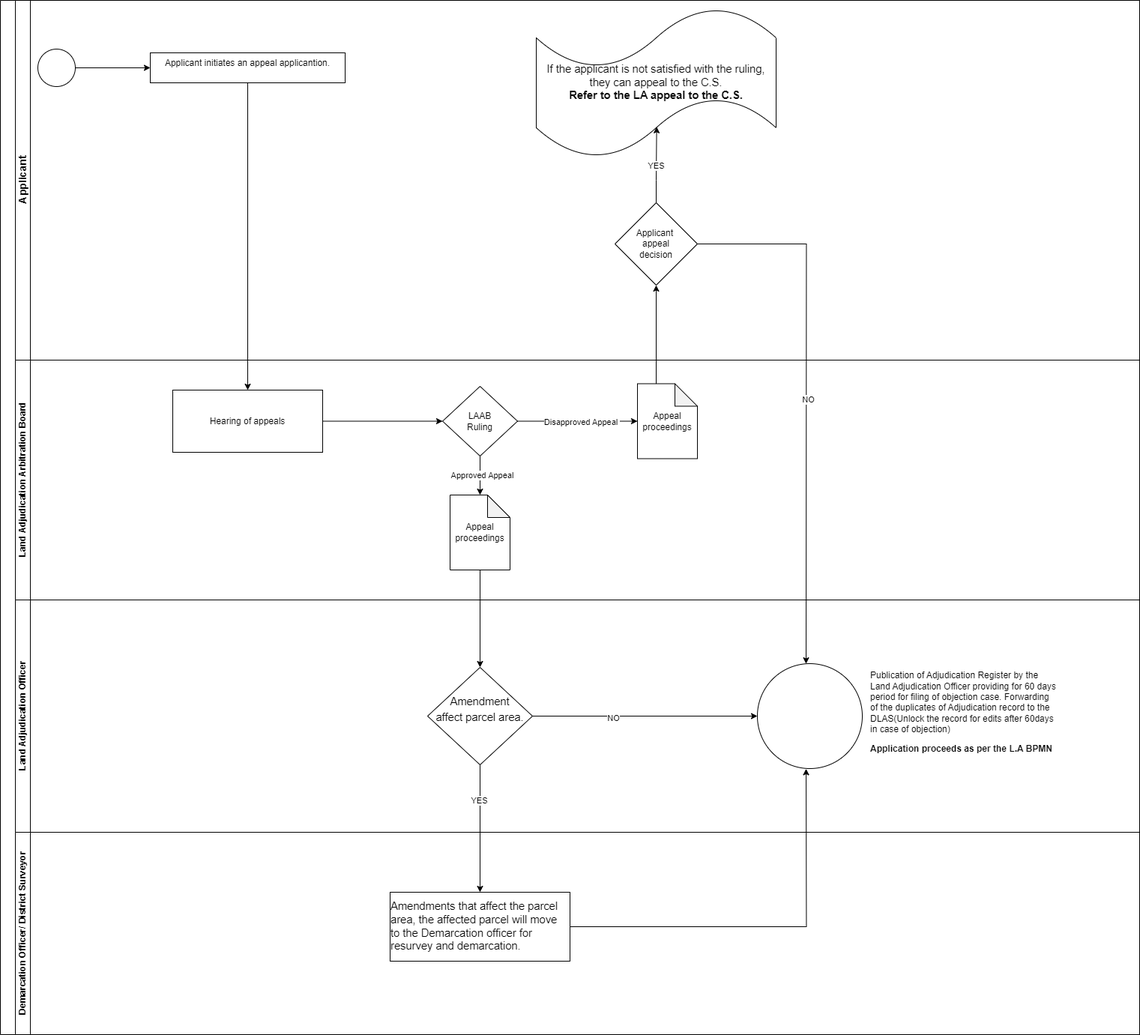
Earlier version of the draw.io export Land Adjudication Appeal to the LAAB.drawio.png (geoprojectke/BPMN). Source tidied: cells renumbered, new cells last; positions are measured from the earlier drawing's top-left corner, leaving out a move shared by most shapes.
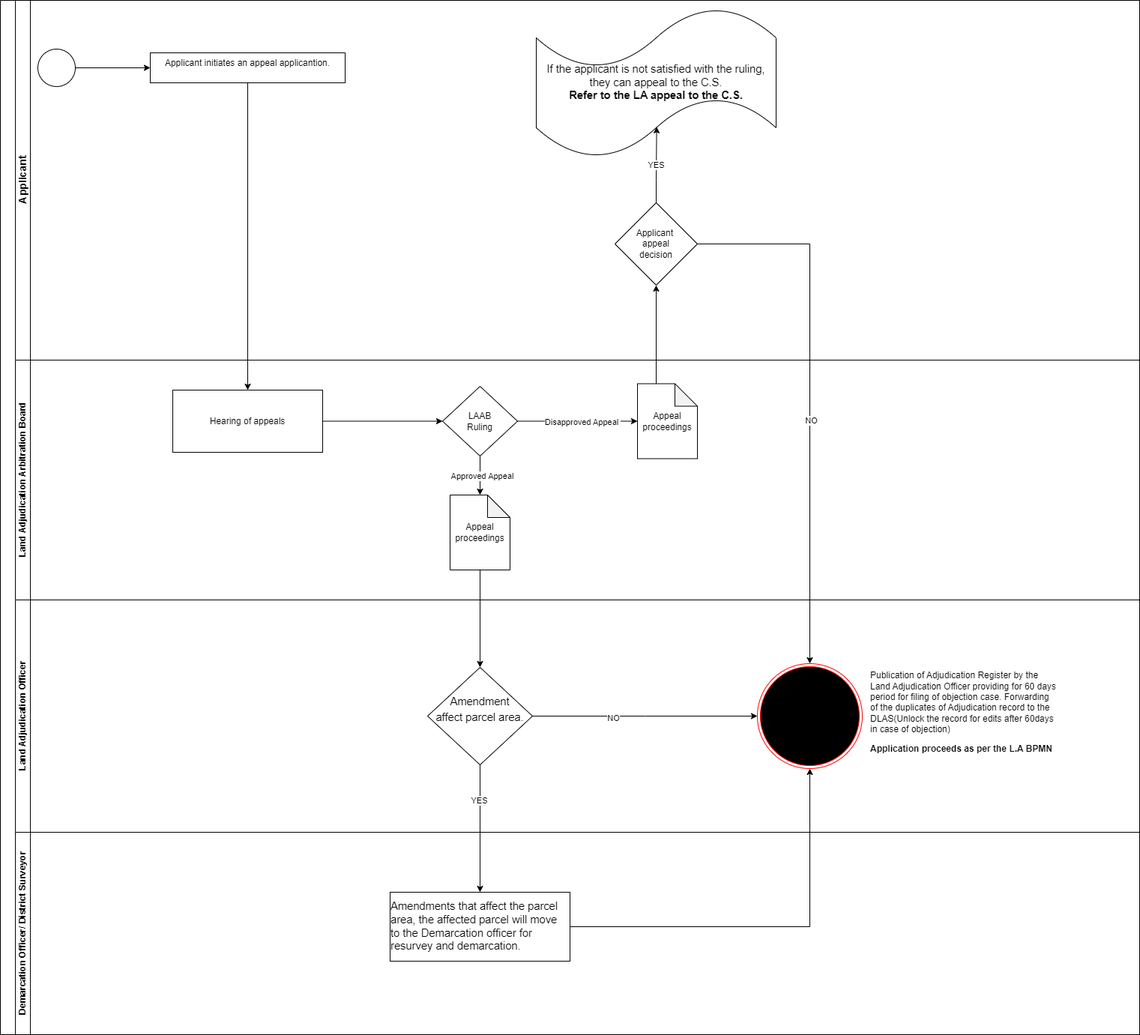
The same file after the commit.

What changed in the source:
```diff
@@ -62,8 +62,10 @@
     <mxCell id="21" value="Land Adjudication Officer" style="swimlane;html=1;startSize=20;horizontal=0;" parent="2" vertex="1">
       <mxGeometry x="20" y="800" width="1500" height="310" as="geometry" />
     </mxCell>
-    <mxCell id="22" style="edgeStyle=orthogonalEdgeStyle;rounded=0;jettySize=auto;html=1;exitX=1;exitY=0.5;exitDx=0;exitDy=0;entryX=0;entryY=0.5;entryDx=0;entryDy=0;" parent="21" edge="1" source="24" target="25">
-      <mxGeometry relative="1" as="geometry" />
+    <mxCell id="22" style="edgeStyle=orthogonalEdgeStyle;rounded=0;jettySize=auto;html=1;exitX=1;exitY=0.5;exitDx=0;exitDy=0;entryX=0;entryY=0.5;entryDx=0;entryDy=0;" parent="21" edge="1" source="24">
+      <mxGeometry relative="1" as="geometry">
+        <mxPoint x="990" y="155" as="targetPoint" />
+      </mxGeometry>
     </mxCell>
     <mxCell id="23" value="NO" style="edgeLabel;html=1;align=center;verticalAlign=middle;" parent="22" vertex="1">
       <mxGeometry x="-0.29" y="-2" relative="1" as="geometry" />
@@ -71,12 +73,12 @@
     <mxCell id="24" value="&lt;p style=&quot;line-height: 1.38; margin-top: 0pt; margin-bottom: 0pt;&quot; dir=&quot;ltr&quot;&gt;&lt;span style=&quot;font-size: 11pt; font-family: Arial, sans-serif; background-color: transparent; font-variant-numeric: normal; font-variant-east-asian: normal; font-variant-alternates: normal; font-variant-position: normal; vertical-align: baseline; white-space-collapse: preserve;&quot;&gt;Amendment&lt;/span&gt;&lt;/p&gt;&lt;p style=&quot;line-height: 1.38; margin-top: 0pt; margin-bottom: 0pt;&quot; dir=&quot;ltr&quot;&gt;&lt;span style=&quot;font-size: 11pt; font-family: Arial, sans-serif; background-color: transparent; font-variant-numeric: normal; font-variant-east-asian: normal; font-variant-alternates: normal; font-variant-position: normal; vertical-align: baseline; white-space-collapse: preserve;&quot;&gt;affect parcel area.&lt;/span&gt;&lt;/p&gt;&lt;div&gt;&lt;span style=&quot;font-size: 11pt; font-family: Arial, sans-serif; background-color: transparent; font-variant-numeric: normal; font-variant-east-asian: normal; font-variant-alternates: normal; font-variant-position: normal; vertical-align: baseline; white-space-collapse: preserve;&quot;&gt;&lt;br&gt;&lt;/span&gt;&lt;/div&gt;" style="rhombus;whiteSpace=wrap;html=1;" parent="21" vertex="1">
       <mxGeometry x="550" y="90" width="140" height="130" as="geometry" />
     </mxCell>
-    <mxCell id="25" style="ellipse;whiteSpace=wrap;html=1;" parent="21" vertex="1">
-      <mxGeometry x="990" y="85" width="140" height="140" as="geometry" />
-    </mxCell>
     <mxCell id="26" value="&lt;p style=&quot;text-align: left;&quot; class=&quot;MsoNormal&quot;&gt;&lt;span lang=&quot;EN-GB&quot;&gt;Publication of Adjudication Register by the Land Adjudication Officer providing for 60 days period for filing of objection case. Forwarding of the duplicates of Adjudication record to the DLAS(Unlock the record for edits after 60days in case of objection)&lt;/span&gt;&lt;/p&gt;&lt;p style=&quot;text-align: left;&quot; class=&quot;MsoNormal&quot;&gt;&lt;span lang=&quot;EN-GB&quot;&gt;&lt;b&gt;Application proceeds as per the L.A BPMN&lt;/b&gt;&lt;/span&gt;&lt;/p&gt;" style="whiteSpace=wrap;html=1;strokeColor=none;" parent="21" vertex="1">
       <mxGeometry x="1140" y="85" width="250" height="130" as="geometry" />
     </mxCell>
+    <mxCell id="39" style="ellipse;html=1;shape=endState;fillColor=#000000;strokeColor=#ff0000;" parent="21" vertex="1">
+      <mxGeometry x="990" y="85" width="140" height="140" as="geometry" />
+    </mxCell>
     <mxCell id="27" value="Demarcation Officer/ District Surveyor" style="swimlane;html=1;startSize=20;horizontal=0;" parent="2" vertex="1">
       <mxGeometry x="20" y="1110" width="1500" height="270" as="geometry" />
     </mxCell>
@@ -103,21 +105,17 @@
     <mxCell id="34" value="YES" style="edgeLabel;html=1;align=center;verticalAlign=middle;" parent="33" vertex="1">
       <mxGeometry x="-0.45" y="-2" relative="1" as="geometry" />
     </mxCell>
-    <mxCell id="35" style="edgeStyle=orthogonalEdgeStyle;rounded=0;jettySize=auto;html=1;exitX=1;exitY=0.5;exitDx=0;exitDy=0;entryX=0.5;entryY=1;entryDx=0;entryDy=0;" parent="2" edge="1" source="30">
-      <mxGeometry relative="1" as="geometry">
-        <mxPoint x="1075" y="1025.4" as="targetPoint" />
-      </mxGeometry>
-    </mxCell>
     <mxCell id="36" style="edgeStyle=orthogonalEdgeStyle;rounded=0;jettySize=auto;html=1;exitX=0;exitY=0;exitDx=25;exitDy=0;exitPerimeter=0;entryX=0.5;entryY=1;entryDx=0;entryDy=0;" parent="2" edge="1" source="15" target="8">
       <mxGeometry relative="1" as="geometry" />
     </mxCell>
-    <mxCell id="37" style="edgeStyle=orthogonalEdgeStyle;rounded=0;jettySize=auto;html=1;exitX=1;exitY=0.5;exitDx=0;exitDy=0;entryX=0.5;entryY=0;entryDx=0;entryDy=0;" parent="2" edge="1" source="8">
-      <mxGeometry relative="1" as="geometry">
-        <mxPoint x="1075" y="885.1" as="targetPoint" />
-      </mxGeometry>
-    </mxCell>
+    <mxCell id="40" style="edgeStyle=orthogonalEdgeStyle;rounded=0;jettySize=auto;html=1;exitX=1;exitY=0.5;exitDx=0;exitDy=0;entryX=0.5;entryY=1;entryDx=0;entryDy=0;" parent="2" edge="1" source="30" target="39">
+      <mxGeometry relative="1" as="geometry" />
+    </mxCell>
+    <mxCell id="41" style="edgeStyle=orthogonalEdgeStyle;rounded=0;jettySize=auto;html=1;exitX=1;exitY=0.5;exitDx=0;exitDy=0;entryX=0.5;entryY=0;entryDx=0;entryDy=0;" parent="2" edge="1" source="8" target="39">
+      <mxGeometry relative="1" as="geometry" />
+    </mxCell>
-    <mxCell id="38" value="NO" style="edgeLabel;html=1;align=center;verticalAlign=middle;" parent="37" vertex="1">
-      <mxGeometry y="2" relative="1" as="geometry" />
+    <mxCell id="38" value="NO" style="edgeLabel;html=1;align=center;verticalAlign=middle;" parent="41" vertex="1">
+      <mxGeometry x="0.08" y="1" relative="1" as="geometry" />
     </mxCell>
   </root>
 </mxGraphModel>
```
